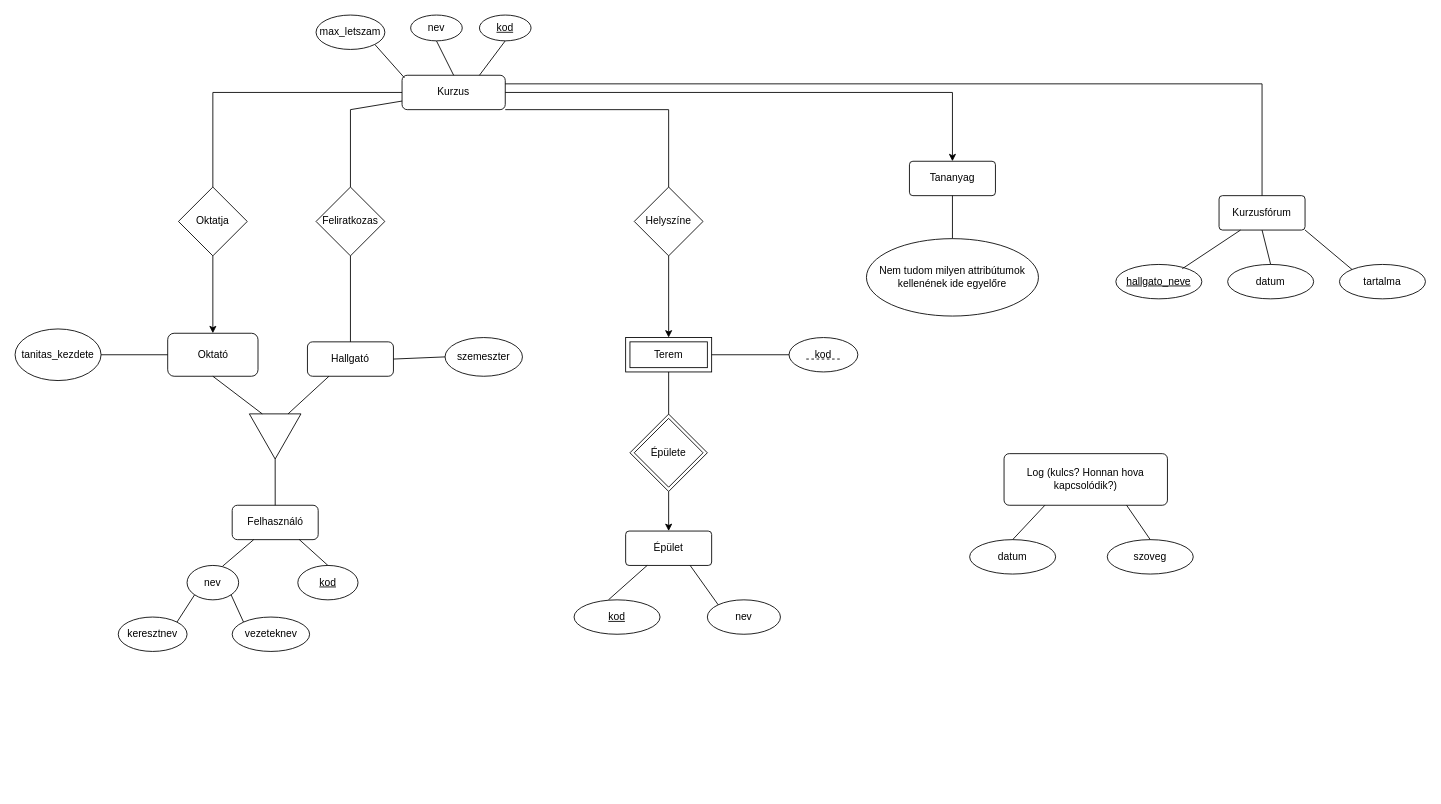
Before: docs/ETK/ETK diagram.drawio in HajagosNorbert/SZTE-adatb-alapu-rendszerek, a draw.io diagram. Source tidied: cells renumbered, new cells numbered last; positions are measured from the earlier drawing's top-left corner, leaving out a move shared by most shapes. Both pictures are drawn from the tidied source at 86%, with x=0, y=0 at pixel (15, 15).
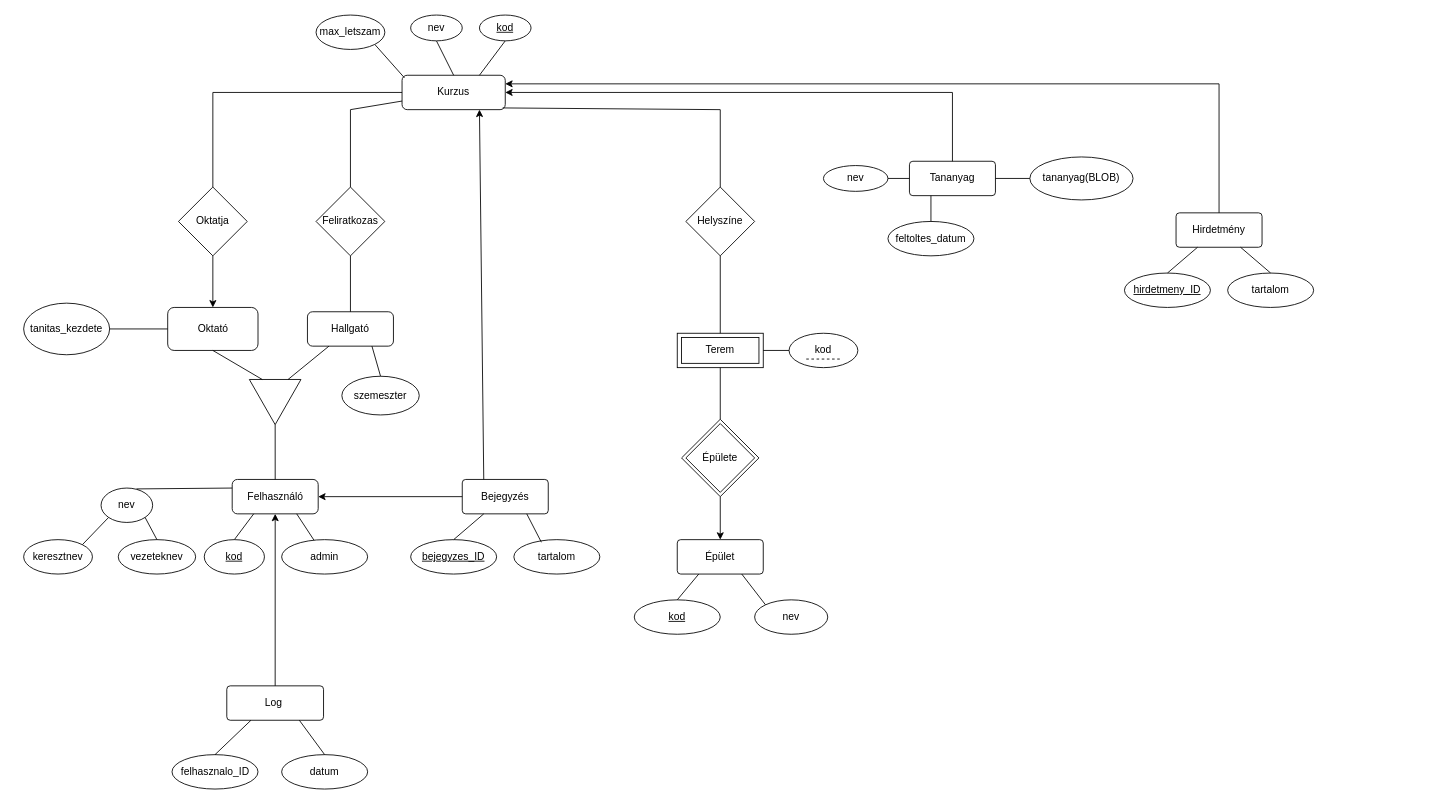
Above is the later version.

Commit message:
ETK diagram javítása

Unchanged cells that the change refers to:
```xml
<mxCell id="2" value="Kurzus" style="rounded=1;whiteSpace=wrap;html=1;" parent="1" vertex="1">
  <mxGeometry x="450" y="70" width="120" height="40" as="geometry" />
</mxCell>
<mxCell id="66" value="Tananyag" style="rounded=1;arcSize=10;whiteSpace=wrap;html=1;align=center;fillColor=default;" parent="1" vertex="1">
  <mxGeometry x="1040" y="170" width="100" height="40" as="geometry" />
</mxCell>
```

The edit, as a diff of the source:
```diff
@@
     <mxCell id="17" value="Oktató" style="rounded=1;whiteSpace=wrap;html=1;" parent="1" vertex="1">
-      <mxGeometry x="177.5" y="370" width="105" height="50" as="geometry" />
+      <mxGeometry x="177.5" y="340" width="105" height="50" as="geometry" />
     </mxCell>
@@
     <mxCell id="19" value="tanitas_kezdete" style="ellipse;whiteSpace=wrap;html=1;" parent="1" vertex="1">
-      <mxGeometry y="365" width="100" height="60" as="geometry" />
+      <mxGeometry x="10" y="335" width="100" height="60" as="geometry" />
     </mxCell>
@@
     <mxCell id="21" value="Hallgató" style="rounded=1;whiteSpace=wrap;html=1;" parent="1" vertex="1">
-      <mxGeometry x="340" y="380" width="100" height="40" as="geometry" />
+      <mxGeometry x="340" y="345" width="100" height="40" as="geometry" />
     </mxCell>
@@
     <mxCell id="23" value="szemeszter" style="ellipse;whiteSpace=wrap;html=1;" parent="1" vertex="1">
-      <mxGeometry x="500" y="375" width="90" height="45" as="geometry" />
+      <mxGeometry x="380" y="420" width="90" height="45" as="geometry" />
     </mxCell>
-    <mxCell id="24" style="endArrow=none;html=1;rounded=0;entryX=1;entryY=0.5;entryDx=0;entryDy=0;exitX=0;exitY=0.5;exitDx=0;exitDy=0;" parent="1" edge="1" source="23" target="21">
+    <mxCell id="24" style="endArrow=none;html=1;rounded=0;entryX=0.75;entryY=1;entryDx=0;entryDy=0;exitX=0.5;exitY=0;exitDx=0;exitDy=0;" parent="1" edge="1" source="23" target="21">
       <mxGeometry relative="1" as="geometry" />
     </mxCell>
     <mxCell id="25" style="triangle;whiteSpace=wrap;html=1;rotation=90;" parent="1" vertex="1">
-      <mxGeometry x="276.2" y="460" width="52.5" height="60" as="geometry" />
+      <mxGeometry x="276.2" y="420" width="52.5" height="60" as="geometry" />
     </mxCell>
@@
     <mxCell id="28" value="Felhasználó" style="rounded=1;whiteSpace=wrap;html=1;" parent="1" vertex="1">
-      <mxGeometry x="252.5" y="570" width="100" height="40" as="geometry" />
+      <mxGeometry x="252.5" y="540" width="100" height="40" as="geometry" />
     </mxCell>
@@
     <mxCell id="30" value="nev" style="ellipse;whiteSpace=wrap;html=1;" parent="1" vertex="1">
-      <mxGeometry x="200" y="640" width="60" height="40" as="geometry" />
+      <mxGeometry x="100" y="550" width="60" height="40" as="geometry" />
     </mxCell>
-    <mxCell id="31" style="endArrow=none;html=1;rounded=0;entryX=0.779;entryY=0.995;entryDx=0;entryDy=0;entryPerimeter=0;exitX=0.5;exitY=0;exitDx=0;exitDy=0;" parent="1" edge="1" source="52" target="28">
+    <mxCell id="31" style="endArrow=none;html=1;rounded=0;entryX=0.25;entryY=1;entryDx=0;entryDy=0;exitX=0.5;exitY=0;exitDx=0;exitDy=0;" parent="1" edge="1" source="52" target="28">
       <mxGeometry relative="1" as="geometry" />
     </mxCell>
-    <mxCell id="32" style="endArrow=none;html=1;rounded=0;entryX=0.25;entryY=1;entryDx=0;entryDy=0;exitX=0.687;exitY=0.025;exitDx=0;exitDy=0;exitPerimeter=0;" parent="1" edge="1" source="30" target="28">
+    <mxCell id="32" style="endArrow=none;html=1;rounded=0;entryX=0;entryY=0.25;entryDx=0;entryDy=0;exitX=0.687;exitY=0.025;exitDx=0;exitDy=0;exitPerimeter=0;" parent="1" edge="1" source="30" target="28">
       <mxGeometry relative="1" as="geometry" />
     </mxCell>
     <mxCell id="33" value="keresztnev" style="ellipse;whiteSpace=wrap;html=1;" parent="1" vertex="1">
-      <mxGeometry x="120" y="700" width="80" height="40" as="geometry" />
+      <mxGeometry x="10" y="610" width="80" height="40" as="geometry" />
     </mxCell>
     <mxCell id="34" value="vezeteknev" style="ellipse;whiteSpace=wrap;html=1;" parent="1" vertex="1">
-      <mxGeometry x="252.5" y="700" width="90" height="40" as="geometry" />
+      <mxGeometry x="120" y="610" width="90" height="40" as="geometry" />
     </mxCell>
-    <mxCell id="35" style="endArrow=none;html=1;rounded=0;entryX=1;entryY=1;entryDx=0;entryDy=0;exitX=0;exitY=0;exitDx=0;exitDy=0;" parent="1" edge="1" source="34" target="30">
+    <mxCell id="35" style="endArrow=none;html=1;rounded=0;entryX=1;entryY=1;entryDx=0;entryDy=0;exitX=0.5;exitY=0;exitDx=0;exitDy=0;" parent="1" edge="1" source="34" target="30">
       <mxGeometry relative="1" as="geometry" />
     </mxCell>
@@
     <mxCell id="37" value="Helyszíne" style="rhombus;whiteSpace=wrap;html=1;" parent="1" vertex="1">
-      <mxGeometry x="720" y="200" width="80" height="80" as="geometry" />
+      <mxGeometry x="780" y="200" width="80" height="80" as="geometry" />
     </mxCell>
-    <mxCell id="38" style="endArrow=none;html=1;rounded=0;entryX=1;entryY=1;entryDx=0;entryDy=0;" parent="1" edge="1" target="2">
+    <mxCell id="38" style="endArrow=none;html=1;rounded=0;entryX=0.975;entryY=0.95;entryDx=0;entryDy=0;entryPerimeter=0;" parent="1" edge="1" target="2">
       <mxGeometry relative="1" as="geometry">
-        <mxPoint x="760" y="110" as="sourcePoint" />
+        <mxPoint x="820" y="110" as="sourcePoint" />
       </mxGeometry>
     </mxCell>
     <mxCell id="39" style="endArrow=none;html=1;rounded=0;entryX=0.5;entryY=0;entryDx=0;entryDy=0;" parent="1" edge="1" target="37">
       <mxGeometry relative="1" as="geometry">
-        <mxPoint x="760" y="110" as="sourcePoint" />
+        <mxPoint x="820" y="110" as="sourcePoint" />
       </mxGeometry>
     </mxCell>
     <mxCell id="40" value="Terem" style="shape=ext;margin=3;double=1;whiteSpace=wrap;html=1;align=center;" parent="1" vertex="1">
-      <mxGeometry x="710" y="375" width="100" height="40" as="geometry" />
+      <mxGeometry x="770" y="370" width="100" height="40" as="geometry" />
     </mxCell>
-    <mxCell id="41" style="endArrow=classic;html=1;rounded=0;entryX=0.5;entryY=0;entryDx=0;entryDy=0;exitX=0.5;exitY=1;exitDx=0;exitDy=0;" parent="1" edge="1" source="37" target="40">
-      <mxGeometry relative="1" as="geometry" />
-    </mxCell>
     <mxCell id="42" value="kod" style="ellipse;whiteSpace=wrap;html=1;" parent="1" vertex="1">
-      <mxGeometry x="900" y="375" width="80" height="40" as="geometry" />
+      <mxGeometry x="900" y="370" width="80" height="40" as="geometry" />
     </mxCell>
@@
     <mxCell id="45" style="group;" parent="1" vertex="1">
-      <mxGeometry x="715" y="464" width="90" height="90" as="geometry" />
+      <mxGeometry x="775" y="470" width="90" height="90" as="geometry" />
     </mxCell>
@@
     <mxCell id="49" value="Épület" style="rounded=1;arcSize=10;whiteSpace=wrap;html=1;align=center;fillColor=default;" parent="1" vertex="1">
-      <mxGeometry x="710" y="600" width="100" height="40" as="geometry" />
+      <mxGeometry x="770" y="610" width="100" height="40" as="geometry" />
     </mxCell>
@@
     <mxCell id="51" value="kod" style="ellipse;whiteSpace=wrap;html=1;align=center;fillColor=default;fontStyle=4;" parent="1" vertex="1">
-      <mxGeometry x="650" y="680" width="100" height="40" as="geometry" />
+      <mxGeometry x="720" y="680" width="100" height="40" as="geometry" />
     </mxCell>
     <mxCell id="52" value="kod" style="ellipse;whiteSpace=wrap;html=1;fontStyle=4;" parent="1" vertex="1">
-      <mxGeometry x="328.8" y="640" width="70" height="40" as="geometry" />
+      <mxGeometry x="220" y="610" width="70" height="40" as="geometry" />
     </mxCell>
     <mxCell id="53" value="nev" style="ellipse;whiteSpace=wrap;html=1;align=center;fillColor=default;" parent="1" vertex="1">
-      <mxGeometry x="805" y="680" width="85" height="40" as="geometry" />
+      <mxGeometry x="860" y="680" width="85" height="40" as="geometry" />
     </mxCell>
-    <mxCell id="54" style="endArrow=none;html=1;rounded=0;entryX=0.25;entryY=1;entryDx=0;entryDy=0;exitX=0.5;exitY=0;exitDx=0;exitDy=0;" parent="1" edge="1" target="49">
-      <mxGeometry relative="1" as="geometry">
-        <mxPoint x="690" y="680" as="sourcePoint" />
-      </mxGeometry>
+    <mxCell id="54" style="endArrow=none;html=1;rounded=0;entryX=0.25;entryY=1;entryDx=0;entryDy=0;exitX=0.5;exitY=0;exitDx=0;exitDy=0;" parent="1" edge="1" source="51" target="49">
+      <mxGeometry relative="1" as="geometry" />
     </mxCell>
@@
-    <mxCell id="56" style="endArrow=none;html=1;rounded=0;entryX=1;entryY=0.25;entryDx=0;entryDy=0;" parent="1" edge="1" target="2">
-      <mxGeometry relative="1" as="geometry">
-        <mxPoint x="1450" y="80" as="sourcePoint" />
-      </mxGeometry>
-    </mxCell>
-    <mxCell id="57" value="Kurzusfórum" style="rounded=1;arcSize=10;whiteSpace=wrap;html=1;align=center;fillColor=default;" parent="1" vertex="1">
-      <mxGeometry x="1400" y="210" width="100" height="40" as="geometry" />
-    </mxCell>
-    <mxCell id="58" style="endArrow=none;html=1;rounded=0;exitX=0.5;exitY=0;exitDx=0;exitDy=0;" parent="1" edge="1" source="57">
-      <mxGeometry relative="1" as="geometry">
-        <mxPoint x="1450" y="80" as="targetPoint" />
-      </mxGeometry>
-    </mxCell>
-    <mxCell id="59" value="hallgato_neve" style="ellipse;whiteSpace=wrap;html=1;align=center;fontStyle=4;fillColor=default;" parent="1" vertex="1">
-      <mxGeometry x="1280" y="290" width="100" height="40" as="geometry" />
-    </mxCell>
-    <mxCell id="60" value="datum" style="ellipse;whiteSpace=wrap;html=1;align=center;fillColor=default;" parent="1" vertex="1">
-      <mxGeometry x="1410" y="290" width="100" height="40" as="geometry" />
-    </mxCell>
-    <mxCell id="61" value="tartalma" style="ellipse;whiteSpace=wrap;html=1;align=center;fillColor=default;" parent="1" vertex="1">
-      <mxGeometry x="1540" y="290" width="100" height="40" as="geometry" />
-    </mxCell>
-    <mxCell id="62" style="endArrow=none;html=1;rounded=0;entryX=0.25;entryY=1;entryDx=0;entryDy=0;exitX=0.772;exitY=0.125;exitDx=0;exitDy=0;exitPerimeter=0;" parent="1" edge="1" source="59" target="57">
-      <mxGeometry relative="1" as="geometry" />
-    </mxCell>
-    <mxCell id="63" style="endArrow=none;html=1;rounded=0;entryX=0.5;entryY=1;entryDx=0;entryDy=0;exitX=0.5;exitY=0;exitDx=0;exitDy=0;" parent="1" edge="1" source="60" target="57">
-      <mxGeometry relative="1" as="geometry" />
-    </mxCell>
-    <mxCell id="64" style="endArrow=none;html=1;rounded=0;entryX=1;entryY=1;entryDx=0;entryDy=0;exitX=0;exitY=0;exitDx=0;exitDy=0;" parent="1" edge="1" source="61" target="57">
-      <mxGeometry relative="1" as="geometry" />
-    </mxCell>
-    <mxCell id="65" style="endArrow=none;html=1;rounded=0;entryX=1;entryY=0.5;entryDx=0;entryDy=0;" parent="1" edge="1" target="2">
-      <mxGeometry relative="1" as="geometry">
-        <mxPoint x="1090" y="90" as="sourcePoint" />
-      </mxGeometry>
-    </mxCell>
@@
-    <mxCell id="67" style="endArrow=classic;html=1;rounded=0;entryX=0.5;entryY=0;entryDx=0;entryDy=0;" parent="1" edge="1" target="66">
-      <mxGeometry relative="1" as="geometry">
-        <mxPoint x="1090" y="90" as="sourcePoint" />
-      </mxGeometry>
-    </mxCell>
-    <mxCell id="68" style="endArrow=none;html=1;rounded=0;entryX=0.5;entryY=1;entryDx=0;entryDy=0;exitX=0.5;exitY=0;exitDx=0;exitDy=0;" parent="1" edge="1" source="69" target="66">
-      <mxGeometry relative="1" as="geometry" />
-    </mxCell>
-    <mxCell id="69" value="Nem tudom milyen attribútumok kellenének ide egyelőre" style="ellipse;whiteSpace=wrap;html=1;align=center;fillColor=default;" parent="1" vertex="1">
-      <mxGeometry x="990" y="260" width="200" height="90" as="geometry" />
-    </mxCell>
-    <mxCell id="70" value="Log (kulcs? Honnan hova kapcsolódik?)" style="rounded=1;arcSize=10;whiteSpace=wrap;html=1;align=center;fillColor=default;" parent="1" vertex="1">
-      <mxGeometry x="1150" y="510" width="190" height="60" as="geometry" />
+    <mxCell id="70" value="Log&amp;nbsp;" style="rounded=1;arcSize=10;whiteSpace=wrap;html=1;align=center;fillColor=default;" parent="1" vertex="1">
+      <mxGeometry x="246.2" y="780" width="112.5" height="40" as="geometry" />
     </mxCell>
-    <mxCell id="71" value="datum" style="ellipse;whiteSpace=wrap;html=1;align=center;fillColor=default;" parent="1" vertex="1">
-      <mxGeometry x="1110" y="610" width="100" height="40" as="geometry" />
+    <mxCell id="71" value="felhasznalo_ID" style="ellipse;whiteSpace=wrap;html=1;align=center;fillColor=default;" parent="1" vertex="1">
+      <mxGeometry x="182.5" y="860" width="100" height="40" as="geometry" />
     </mxCell>
-    <mxCell id="72" value="szoveg" style="ellipse;whiteSpace=wrap;html=1;align=center;fillColor=default;" parent="1" vertex="1">
-      <mxGeometry x="1270" y="610" width="100" height="40" as="geometry" />
+    <mxCell id="72" value="datum" style="ellipse;whiteSpace=wrap;html=1;align=center;fillColor=default;" parent="1" vertex="1">
+      <mxGeometry x="310" y="860" width="100" height="40" as="geometry" />
     </mxCell>
@@
+    <mxCell id="75" value="admin" style="ellipse;whiteSpace=wrap;html=1;align=center;" parent="1" vertex="1">
+      <mxGeometry x="310" y="610" width="100" height="40" as="geometry" />
+    </mxCell>
+    <mxCell id="76" style="endArrow=none;html=1;rounded=0;entryX=0.75;entryY=1;entryDx=0;entryDy=0;" parent="1" edge="1" source="75" target="28">
+      <mxGeometry relative="1" as="geometry" />
+    </mxCell>
+    <mxCell id="77" value="Bejegyzés" style="rounded=1;arcSize=10;whiteSpace=wrap;html=1;align=center;" parent="1" vertex="1">
+      <mxGeometry x="520" y="540" width="100" height="40" as="geometry" />
+    </mxCell>
+    <mxCell id="78" style="endArrow=classic;html=1;rounded=0;exitX=0;exitY=0.5;exitDx=0;exitDy=0;entryX=1;entryY=0.5;entryDx=0;entryDy=0;" parent="1" edge="1" source="77" target="28">
+      <mxGeometry relative="1" as="geometry" />
+    </mxCell>
+    <mxCell id="79" value="bejegyzes_ID" style="ellipse;whiteSpace=wrap;html=1;align=center;fontStyle=4;" parent="1" vertex="1">
+      <mxGeometry x="460" y="610" width="100" height="40" as="geometry" />
+    </mxCell>
+    <mxCell id="80" style="endArrow=none;html=1;rounded=0;entryX=0.25;entryY=1;entryDx=0;entryDy=0;exitX=0.5;exitY=0;exitDx=0;exitDy=0;" parent="1" edge="1" source="79" target="77">
+      <mxGeometry relative="1" as="geometry" />
+    </mxCell>
+    <mxCell id="81" value="tartalom" style="ellipse;whiteSpace=wrap;html=1;align=center;" parent="1" vertex="1">
+      <mxGeometry x="580" y="610" width="100" height="40" as="geometry" />
+    </mxCell>
+    <mxCell id="82" style="endArrow=none;html=1;rounded=0;entryX=0.75;entryY=1;entryDx=0;entryDy=0;exitX=0.32;exitY=0.075;exitDx=0;exitDy=0;exitPerimeter=0;" parent="1" edge="1" source="81" target="77">
+      <mxGeometry relative="1" as="geometry" />
+    </mxCell>
+    <mxCell id="83" value="Hirdetmény" style="rounded=1;arcSize=10;whiteSpace=wrap;html=1;align=center;" parent="1" vertex="1">
+      <mxGeometry x="1350" y="230" width="100" height="40" as="geometry" />
+    </mxCell>
+    <mxCell id="84" style="endArrow=none;html=1;rounded=0;exitX=0.5;exitY=0;exitDx=0;exitDy=0;" parent="1" edge="1" source="83">
+      <mxGeometry relative="1" as="geometry">
+        <mxPoint x="1400" y="80" as="targetPoint" />
+      </mxGeometry>
+    </mxCell>
+    <mxCell id="85" style="endArrow=classic;html=1;rounded=0;exitX=0.25;exitY=0;exitDx=0;exitDy=0;entryX=0.75;entryY=1;entryDx=0;entryDy=0;" parent="1" edge="1" source="77" target="2">
+      <mxGeometry relative="1" as="geometry" />
+    </mxCell>
+    <mxCell id="86" style="endArrow=classic;html=1;rounded=0;entryX=1;entryY=0.25;entryDx=0;entryDy=0;" parent="1" edge="1" target="2">
+      <mxGeometry relative="1" as="geometry">
+        <mxPoint x="1400" y="80" as="sourcePoint" />
+      </mxGeometry>
+    </mxCell>
+    <mxCell id="87" value="hirdetmeny_ID" style="ellipse;whiteSpace=wrap;html=1;align=center;fontStyle=4;" parent="1" vertex="1">
+      <mxGeometry x="1290" y="300" width="100" height="40" as="geometry" />
+    </mxCell>
+    <mxCell id="88" value="tartalom" style="ellipse;whiteSpace=wrap;html=1;align=center;" parent="1" vertex="1">
+      <mxGeometry x="1410" y="300" width="100" height="40" as="geometry" />
+    </mxCell>
+    <mxCell id="89" style="endArrow=none;html=1;rounded=0;entryX=0.25;entryY=1;entryDx=0;entryDy=0;exitX=0.5;exitY=0;exitDx=0;exitDy=0;" parent="1" edge="1" source="87" target="83">
+      <mxGeometry relative="1" as="geometry" />
+    </mxCell>
+    <mxCell id="90" style="endArrow=none;html=1;rounded=0;entryX=0.75;entryY=1;entryDx=0;entryDy=0;exitX=0.5;exitY=0;exitDx=0;exitDy=0;" parent="1" edge="1" source="88" target="83">
+      <mxGeometry relative="1" as="geometry" />
+    </mxCell>
+    <mxCell id="91" style="endArrow=classic;html=1;rounded=0;entryX=1;entryY=0.5;entryDx=0;entryDy=0;" parent="1" edge="1" target="2">
+      <mxGeometry relative="1" as="geometry">
+        <mxPoint x="1090" y="90" as="sourcePoint" />
+      </mxGeometry>
+    </mxCell>
+    <mxCell id="92" style="endArrow=none;html=1;rounded=0;exitX=0.5;exitY=0;exitDx=0;exitDy=0;" parent="1" edge="1" source="66">
+      <mxGeometry relative="1" as="geometry">
+        <mxPoint x="1090" y="90" as="targetPoint" />
+      </mxGeometry>
+    </mxCell>
+    <mxCell id="93" value="nev" style="ellipse;whiteSpace=wrap;html=1;align=center;" parent="1" vertex="1">
+      <mxGeometry x="940" y="175" width="75" height="30" as="geometry" />
+    </mxCell>
+    <mxCell id="94" value="feltoltes_datum" style="ellipse;whiteSpace=wrap;html=1;align=center;" parent="1" vertex="1">
+      <mxGeometry x="1015" y="240" width="100" height="40" as="geometry" />
+    </mxCell>
+    <mxCell id="95" value="tananyag(BLOB)" style="ellipse;whiteSpace=wrap;html=1;align=center;" parent="1" vertex="1">
+      <mxGeometry x="1180" y="165" width="120" height="50" as="geometry" />
+    </mxCell>
+    <mxCell id="96" style="endArrow=none;html=1;rounded=0;entryX=0;entryY=0.5;entryDx=0;entryDy=0;exitX=1;exitY=0.5;exitDx=0;exitDy=0;" parent="1" edge="1" source="93" target="66">
+      <mxGeometry relative="1" as="geometry" />
+    </mxCell>
+    <mxCell id="97" style="endArrow=none;html=1;rounded=0;entryX=0.25;entryY=1;entryDx=0;entryDy=0;exitX=0.5;exitY=0;exitDx=0;exitDy=0;" parent="1" edge="1" source="94" target="66">
+      <mxGeometry relative="1" as="geometry" />
+    </mxCell>
+    <mxCell id="98" style="endArrow=none;html=1;rounded=0;entryX=0;entryY=0.5;entryDx=0;entryDy=0;exitX=1;exitY=0.5;exitDx=0;exitDy=0;" parent="1" edge="1" source="66" target="95">
+      <mxGeometry relative="1" as="geometry" />
+    </mxCell>
+    <mxCell id="99" style="endArrow=classic;html=1;rounded=0;exitX=0.5;exitY=0;exitDx=0;exitDy=0;entryX=0.5;entryY=1;entryDx=0;entryDy=0;" parent="1" edge="1" source="70" target="28">
+      <mxGeometry relative="1" as="geometry" />
+    </mxCell>
+    <mxCell id="100" style="endArrow=none;html=1;rounded=0;entryX=0.5;entryY=1;entryDx=0;entryDy=0;exitX=0.5;exitY=0;exitDx=0;exitDy=0;" parent="1" edge="1" source="40" target="37">
+      <mxGeometry relative="1" as="geometry" />
+    </mxCell>
```
